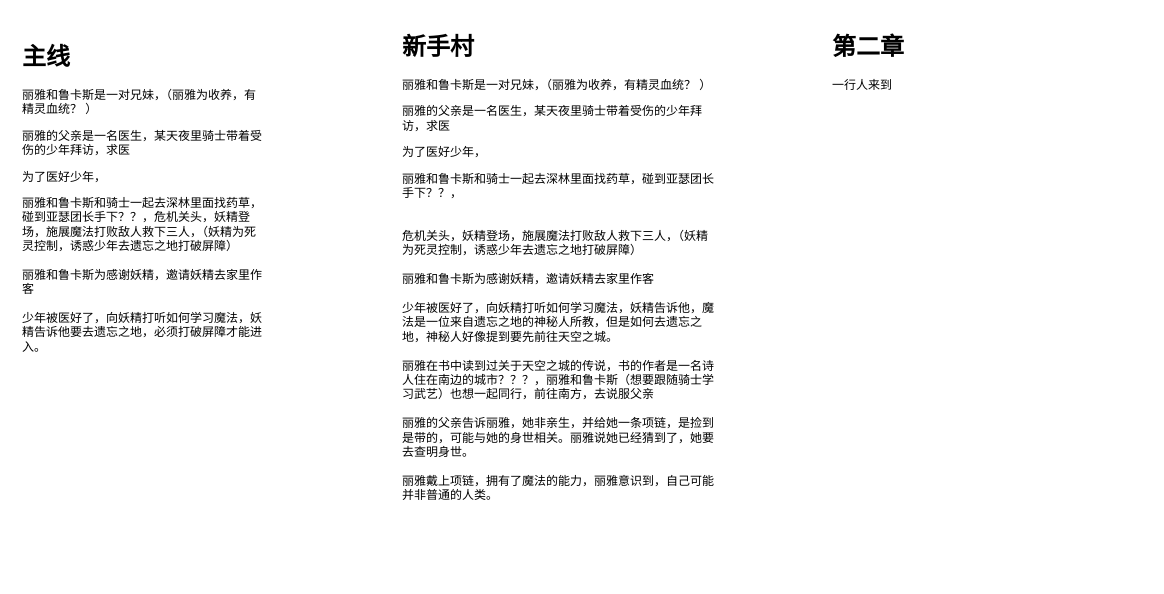
The draw.io diagram page "story" (8 of 10) of unity.drawio in goldmine/base, before the edit. Source tidied: cells renumbered, new cells numbered last; positions are measured from the earlier drawing's top-left corner, leaving out a move shared by most shapes. Both pictures are drawn from the tidied source at 100%, with x=0, y=0 at pixel (17, 27).
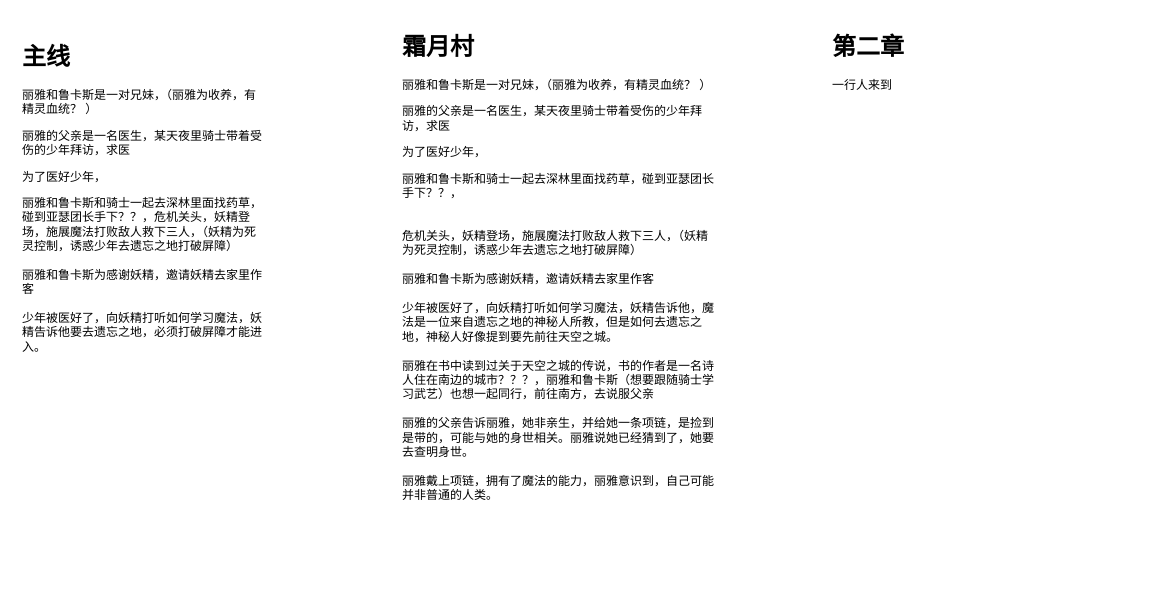
After the change.

Diff of the diagram source:
```diff
@@
 <mxGraphModel>
   <root>
     <mxCell id="0" />
     <mxCell id="1" parent="0" />
     <mxCell id="2" value="&lt;h1&gt;主线&lt;/h1&gt;&lt;p&gt;丽雅和鲁卡斯是一对兄妹，（丽雅为收养，有精灵血统？ ）&lt;/p&gt;&lt;p&gt;丽雅的父亲是一名医生，某天夜里&lt;span style=&quot;background-color: initial;&quot;&gt;骑士带着受伤的少年拜访，求医&lt;/span&gt;&lt;/p&gt;&lt;p&gt;为了医好少年，&lt;/p&gt;丽雅和鲁卡斯和骑士一起去深林里面找药草，碰到亚瑟团长手下？？，危机关头，妖精登场，施展魔法打败敌人救下三人，（妖精为死灵控制，诱惑少年去遗忘之地打破屏障）&lt;br&gt;&lt;br&gt;丽雅和鲁卡斯为感谢妖精，邀请妖精去家里作客&lt;br&gt;&lt;br&gt;少年被医好了，向妖精打听如何学习魔法，妖精告诉他要去遗忘之地，必须打破屏障才能进入。&lt;br&gt;&lt;br&gt;&lt;br&gt;&lt;br&gt;&lt;br&gt;&lt;br&gt;&lt;br&gt;&lt;br&gt;" style="text;html=1;strokeColor=none;fillColor=none;spacing=5;spacingTop=-20;whiteSpace=wrap;overflow=hidden;rounded=0;" parent="1" vertex="1">
       <mxGeometry y="10" width="250" height="330" as="geometry" />
     </mxCell>
-    <mxCell id="3" value="&lt;h1&gt;新手村&lt;/h1&gt;&lt;p&gt;丽雅和鲁卡斯是一对兄妹，（丽雅为收养，有精灵血统？ ）&lt;/p&gt;&lt;p&gt;丽雅的父亲是一名医生，某天夜里&lt;span style=&quot;background-color: initial;&quot;&gt;骑士带着受伤的少年拜访，求医&lt;/span&gt;&lt;/p&gt;&lt;p&gt;为了医好少年，&lt;/p&gt;丽雅和鲁卡斯和骑士一起去深林里面找药草，碰到亚瑟团长手下？？，&lt;br&gt;&lt;br&gt;&lt;br&gt;危机关头，妖精登场，施展魔法打败敌人救下三人，（妖精为死灵控制，诱惑少年去遗忘之地打破屏障）&lt;br&gt;&lt;br&gt;丽雅和鲁卡斯为感谢妖精，邀请妖精去家里作客&lt;br&gt;&lt;br&gt;少年被医好了，向妖精打听如何学习魔法，妖精告诉他，魔法是一位来自遗忘之地的神秘人所教，但是如何去遗忘之地，神秘人好像提到要先前往天空之城。&lt;br&gt;&lt;br&gt;丽雅在书中读到过关于天空之城的传说，书的作者是一名诗人住在南边的城市？？？，丽雅和鲁卡斯（想要跟随骑士学习武艺）也想一起同行，前往南方，去说服父亲&lt;br&gt;&lt;br&gt;丽雅的父亲告诉丽雅，她非亲生，并给她一条项链，是捡到是带的，可能与她的身世相关。丽雅说她已经猜到了，她要去查明身世。&lt;br&gt;&lt;br&gt;丽雅戴上项链，拥有了魔法的能力，丽雅意识到，自己可能并非普通的人类。&lt;br&gt;&lt;br&gt;&lt;br&gt;&lt;br&gt;&lt;br&gt;&lt;br&gt;&lt;br&gt;&lt;br&gt;&lt;br&gt;&lt;br&gt;&lt;br&gt;&lt;br&gt;&lt;br&gt;&lt;br&gt;&lt;br&gt;&lt;br&gt;" style="text;html=1;strokeColor=none;fillColor=none;spacing=5;spacingTop=-20;whiteSpace=wrap;overflow=hidden;rounded=0;" parent="1" vertex="1">
+    <mxCell id="3" value="&lt;h1&gt;霜月村&lt;/h1&gt;&lt;p&gt;丽雅和鲁卡斯是一对兄妹，（丽雅为收养，有精灵血统？ ）&lt;/p&gt;&lt;p&gt;丽雅的父亲是一名医生，某天夜里&lt;span style=&quot;background-color: initial;&quot;&gt;骑士带着受伤的少年拜访，求医&lt;/span&gt;&lt;/p&gt;&lt;p&gt;为了医好少年，&lt;/p&gt;丽雅和鲁卡斯和骑士一起去深林里面找药草，碰到亚瑟团长手下？？，&lt;br&gt;&lt;br&gt;&lt;br&gt;危机关头，妖精登场，施展魔法打败敌人救下三人，（妖精为死灵控制，诱惑少年去遗忘之地打破屏障）&lt;br&gt;&lt;br&gt;丽雅和鲁卡斯为感谢妖精，邀请妖精去家里作客&lt;br&gt;&lt;br&gt;少年被医好了，向妖精打听如何学习魔法，妖精告诉他，魔法是一位来自遗忘之地的神秘人所教，但是如何去遗忘之地，神秘人好像提到要先前往天空之城。&lt;br&gt;&lt;br&gt;丽雅在书中读到过关于天空之城的传说，书的作者是一名诗人住在南边的城市？？？，丽雅和鲁卡斯（想要跟随骑士学习武艺）也想一起同行，前往南方，去说服父亲&lt;br&gt;&lt;br&gt;丽雅的父亲告诉丽雅，她非亲生，并给她一条项链，是捡到是带的，可能与她的身世相关。丽雅说她已经猜到了，她要去查明身世。&lt;br&gt;&lt;br&gt;丽雅戴上项链，拥有了魔法的能力，丽雅意识到，自己可能并非普通的人类。&lt;br&gt;&lt;br&gt;&lt;br&gt;&lt;br&gt;&lt;br&gt;&lt;br&gt;&lt;br&gt;&lt;br&gt;&lt;br&gt;&lt;br&gt;&lt;br&gt;&lt;br&gt;&lt;br&gt;&lt;br&gt;&lt;br&gt;" style="text;html=1;strokeColor=none;fillColor=none;spacing=5;spacingTop=-20;whiteSpace=wrap;overflow=hidden;rounded=0;" parent="1" vertex="1">
       <mxGeometry x="380" width="320" height="500" as="geometry" />
     </mxCell>
     <mxCell id="4" value="&lt;h1&gt;第二章&lt;/h1&gt;&lt;p&gt;&lt;/p&gt;一行人来到&lt;br&gt;&lt;br&gt;&lt;br&gt;&lt;br&gt;&lt;br&gt;&lt;br&gt;&lt;br&gt;&lt;br&gt;&lt;br&gt;&lt;br&gt;&lt;br&gt;" style="text;html=1;strokeColor=none;fillColor=none;spacing=5;spacingTop=-20;whiteSpace=wrap;overflow=hidden;rounded=0;" parent="1" vertex="1">
       <mxGeometry x="810" width="320" height="550" as="geometry" />
     </mxCell>
   </root>
 </mxGraphModel>
```
